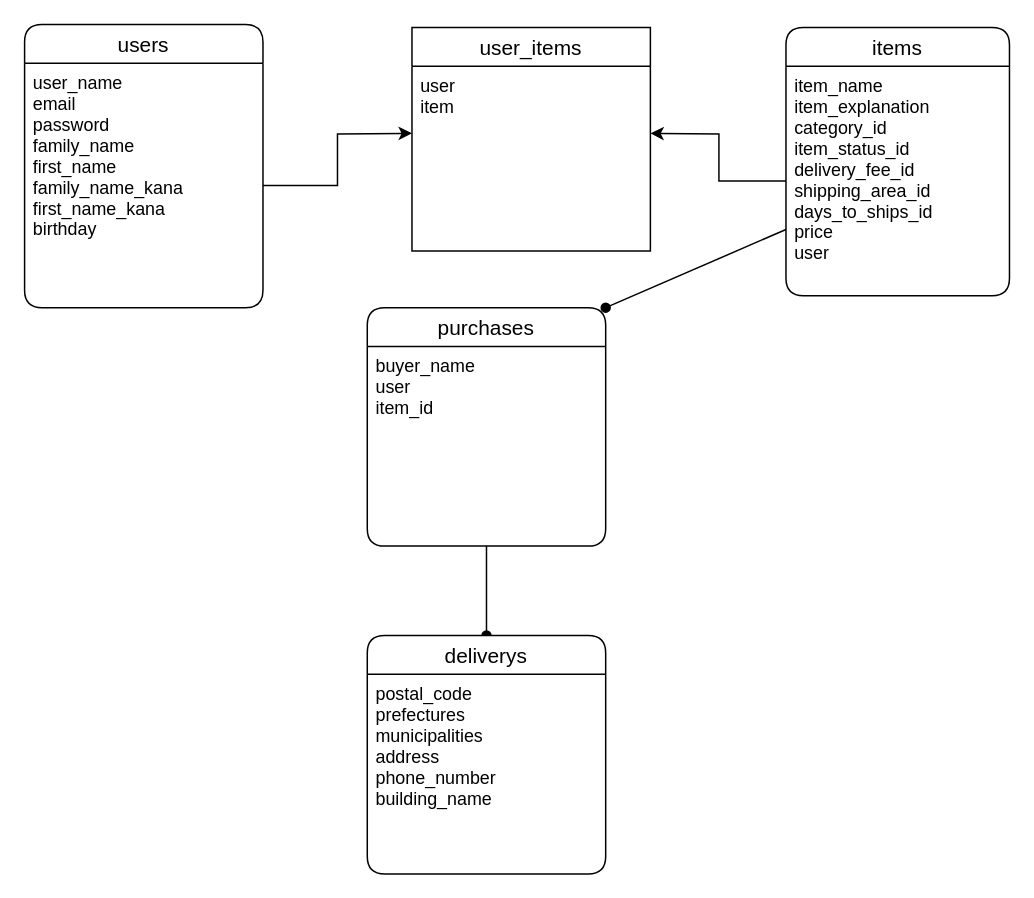
This is test.dio from yamamuro1138/furima-29632, a draw.io file, before an edit. Source tidied: cells renumbered, new cells numbered last; positions are measured from the earlier drawing's top-left corner, leaving out a move shared by most shapes. Both pictures are drawn from the tidied source at 149%, with x=0, y=0 at pixel (24, 24).
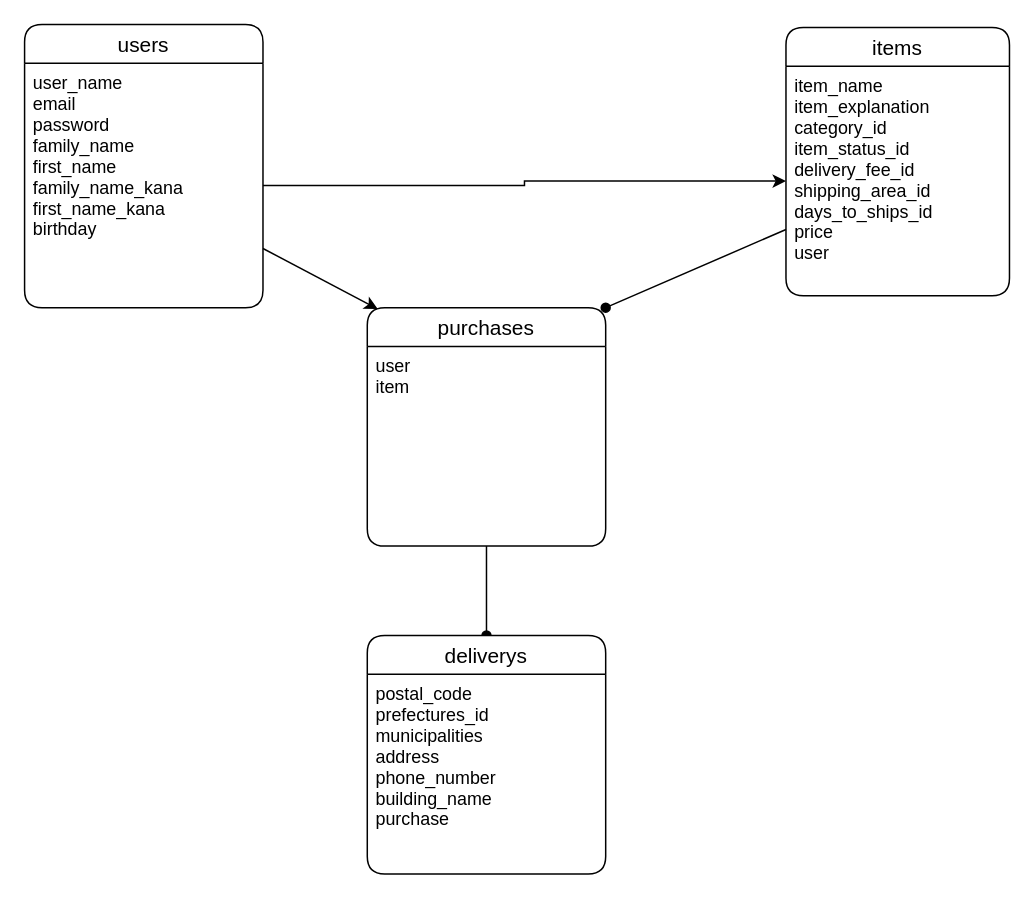
Above is the later version.

What changed in the source:
```diff
@@
 <mxGraphModel>
   <root>
     <mxCell id="0" />
     <mxCell id="1" parent="0" />
     <mxCell id="2" style="edgeStyle=orthogonalEdgeStyle;jettySize=auto;html=1;exitX=0.5;exitY=0;exitDx=0;exitDy=0;" parent="1" edge="1" source="3">
       <mxGeometry relative="1" as="geometry">
         <mxPoint x="80" y="10" as="targetPoint" />
       </mxGeometry>
     </mxCell>
     <mxCell id="3" value="users" style="swimlane;fontStyle=0;horizontal=1;startSize=26;align=center;fontSize=14;rounded=1;" parent="1" vertex="1">
       <mxGeometry width="160" height="190" as="geometry" />
     </mxCell>
     <mxCell id="4" value="user_name&#10;email&#10;password&#10;family_name&#10;first_name&#10;family_name_kana&#10;first_name_kana&#10;birthday&#10;" style="text;strokeColor=none;fillColor=none;spacingLeft=4;spacingRight=4;overflow=hidden;points=[[0,0.5],[1,0.5]];portConstraint=eastwest;fontSize=12;rounded=1;" parent="3" vertex="1">
       <mxGeometry y="26" width="160" height="164" as="geometry" />
     </mxCell>
     <mxCell id="5" value="items" style="swimlane;fontStyle=0;horizontal=1;startSize=26;align=center;fontSize=14;rounded=1;" parent="1" vertex="1">
       <mxGeometry x="511" y="2" width="150" height="180" as="geometry" />
     </mxCell>
     <mxCell id="6" value="item_name&#10;item_explanation&#10;category_id&#10;item_status_id&#10;delivery_fee_id&#10;shipping_area_id&#10;days_to_ships_id&#10;price&#10;user&#10;" style="text;strokeColor=none;fillColor=none;spacingLeft=4;spacingRight=4;overflow=hidden;points=[[0,0.5],[1,0.5]];portConstraint=eastwest;fontSize=12;rounded=1;" parent="5" vertex="1">
       <mxGeometry y="26" width="150" height="154" as="geometry" />
     </mxCell>
     <mxCell id="7" style="edgeStyle=none;jettySize=auto;html=1;entryX=0.5;entryY=0;entryDx=0;entryDy=0;endArrow=oval;endFill=1;" parent="1" edge="1" source="8" target="10">
       <mxGeometry relative="1" as="geometry" />
     </mxCell>
     <mxCell id="8" value="purchases" style="swimlane;fontStyle=0;horizontal=1;startSize=26;align=center;fontSize=14;rounded=1;" parent="1" vertex="1">
       <mxGeometry x="230" y="190" width="160" height="160" as="geometry" />
     </mxCell>
-    <mxCell id="9" value="buyer_name&#10;user&#10;item_id" style="text;strokeColor=none;fillColor=none;spacingLeft=4;spacingRight=4;overflow=hidden;fontSize=12;rounded=1;" parent="8" vertex="1">
+    <mxCell id="9" value="user&#10;item" style="text;strokeColor=none;fillColor=none;spacingLeft=4;spacingRight=4;overflow=hidden;fontSize=12;rounded=1;" parent="8" vertex="1">
       <mxGeometry y="26" width="160" height="134" as="geometry" />
     </mxCell>
     <mxCell id="10" value="deliverys" style="swimlane;fontStyle=0;horizontal=1;startSize=26;align=center;fontSize=14;rounded=1;" parent="1" vertex="1">
       <mxGeometry x="230" y="410" width="160" height="160" as="geometry" />
     </mxCell>
-    <mxCell id="11" value="postal_code&#10;prefectures&#10;municipalities&#10;address&#10;phone_number&#10;building_name" style="text;strokeColor=none;fillColor=none;spacingLeft=4;spacingRight=4;overflow=hidden;fontSize=12;rounded=1;" parent="10" vertex="1">
+    <mxCell id="11" value="postal_code&#10;prefectures_id&#10;municipalities&#10;address&#10;phone_number&#10;building_name&#10;purchase" style="text;strokeColor=none;fillColor=none;spacingLeft=4;spacingRight=4;overflow=hidden;fontSize=12;rounded=1;" parent="10" vertex="1">
       <mxGeometry y="26" width="160" height="134" as="geometry" />
     </mxCell>
     <mxCell id="12" style="edgeStyle=none;rounded=1;jettySize=auto;html=1;entryX=1;entryY=0;entryDx=0;entryDy=0;endArrow=oval;endFill=1;" parent="1" edge="1" source="6" target="8">
       <mxGeometry relative="1" as="geometry" />
     </mxCell>
-    <mxCell id="13" value="user_items" style="swimlane;fontStyle=0;horizontal=1;startSize=26;align=center;fontSize=14;" parent="1" vertex="1">
-      <mxGeometry x="260" y="2" width="160" height="150" as="geometry" />
-    </mxCell>
-    <mxCell id="14" value="user&#10;item" style="text;strokeColor=none;fillColor=none;spacingLeft=4;spacingRight=4;overflow=hidden;fontSize=12;" parent="13" vertex="1">
-      <mxGeometry y="26" width="160" height="124" as="geometry" />
-    </mxCell>
-    <mxCell id="15" style="edgeStyle=orthogonalEdgeStyle;rounded=0;jettySize=auto;html=1;" parent="1" edge="1" source="4">
-      <mxGeometry relative="1" as="geometry">
-        <mxPoint x="260" y="73" as="targetPoint" />
-      </mxGeometry>
-    </mxCell>
-    <mxCell id="16" style="edgeStyle=orthogonalEdgeStyle;rounded=0;jettySize=auto;html=1;entryX=1;entryY=0.5;entryDx=0;entryDy=0;" parent="1" edge="1" source="6">
-      <mxGeometry relative="1" as="geometry">
-        <mxPoint x="420" y="73" as="targetPoint" />
-      </mxGeometry>
-    </mxCell>
+    <mxCell id="17" style="edgeStyle=orthogonalEdgeStyle;rounded=0;jettySize=auto;html=1;" parent="1" edge="1" source="4" target="6">
+      <mxGeometry relative="1" as="geometry" />
+    </mxCell>
+    <mxCell id="18" style="edgeStyle=none;rounded=0;jettySize=auto;html=1;entryX=0.044;entryY=0.006;entryDx=0;entryDy=0;entryPerimeter=0;" parent="1" edge="1" source="4" target="8">
+      <mxGeometry relative="1" as="geometry" />
+    </mxCell>
   </root>
 </mxGraphModel>
```
